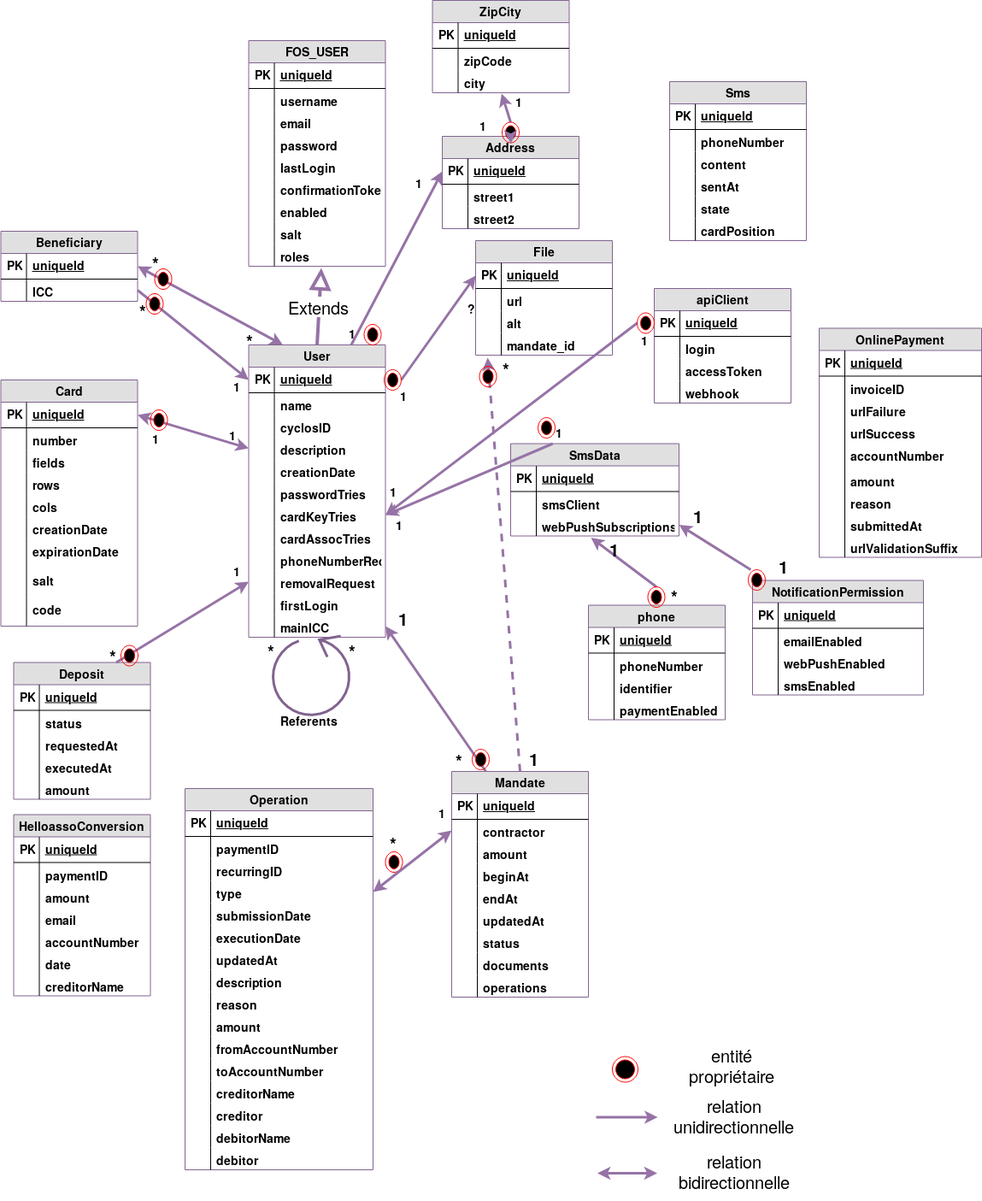
The draw.io diagram docs/images/uml.png in cairn-monnaie/cel, before a commit. Source tidied: cells renumbered, new cells last; positions are measured from the earlier drawing's top-left corner, leaving out a move shared by most shapes.
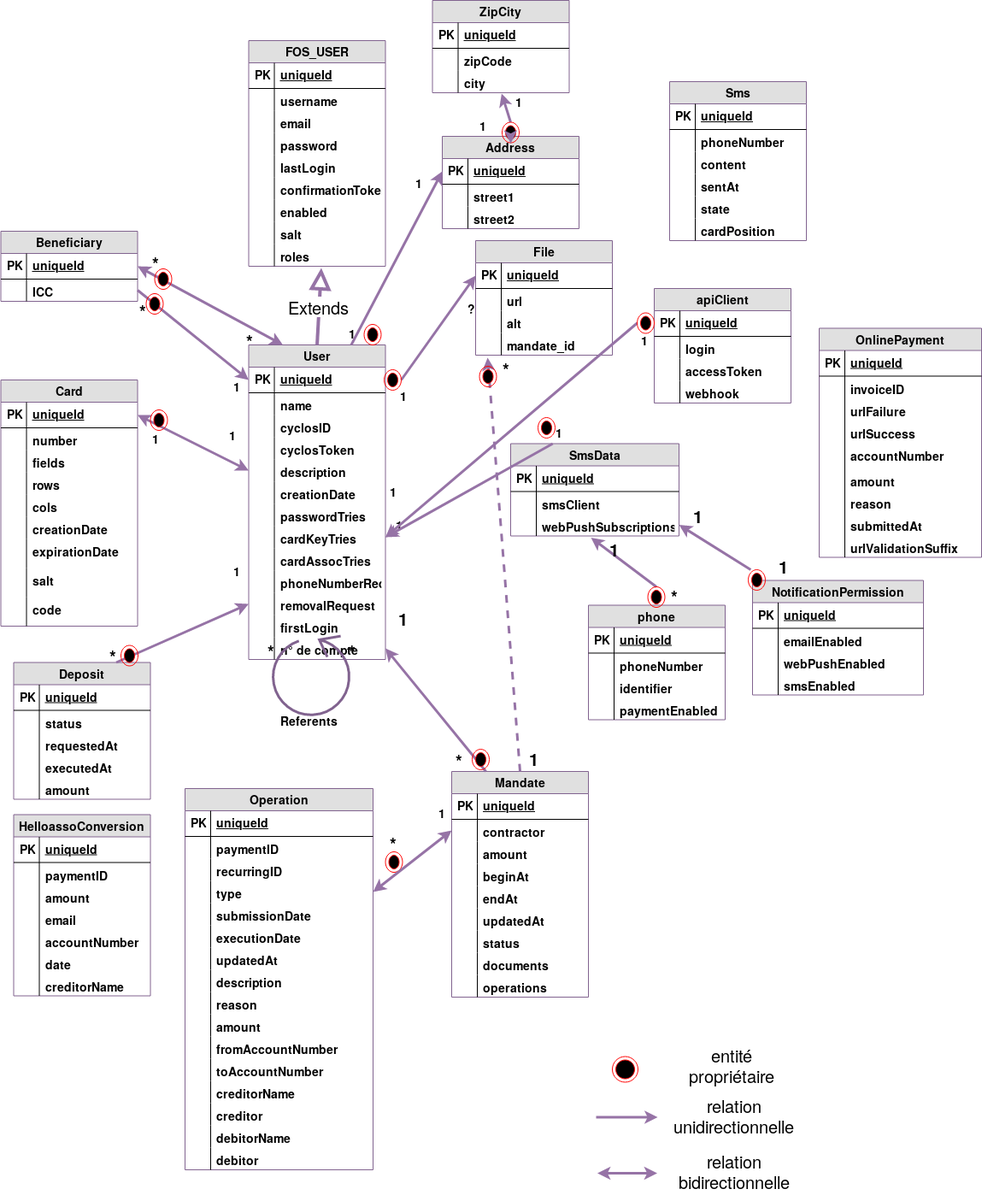
Later version of the same file.

What changed in the source:
```diff
@@ -177,7 +177,7 @@
       <mxGeometry width="30" height="26" as="geometry" />
     </mxCell>
     <mxCell id="60" value="User" style="swimlane;fontStyle=1;horizontal=1;startSize=26;fillColor=#e0e0e0;swimlaneFillColor=#ffffff;align=center;fontSize=14;strokeColor=#81638F;" parent="1" vertex="1">
-      <mxGeometry x="290.5" y="403" width="160" height="342" as="geometry" />
+      <mxGeometry x="290.5" y="403" width="160" height="368" as="geometry" />
     </mxCell>
     <mxCell id="61" value="uniqueId" style="shape=partialRectangle;top=0;left=0;right=0;bottom=1;align=left;verticalAlign=middle;fillColor=none;spacingLeft=34;spacingRight=4;overflow=hidden;points=[[0,0.5],[1,0.5]];portConstraint=eastwest;fontStyle=5;fontSize=14;" parent="60" vertex="1">
       <mxGeometry y="26" width="160" height="30" as="geometry" />
@@ -197,56 +197,62 @@
     <mxCell id="66" style="shape=partialRectangle;top=0;left=0;bottom=0;fillColor=none;align=left;verticalAlign=top;spacingLeft=4;spacingRight=4;overflow=hidden;fontSize=14;fontStyle=1;" parent="65" vertex="1">
       <mxGeometry width="30" height="26" as="geometry" />
     </mxCell>
+    <mxCell id="308" value="cyclosToken" style="shape=partialRectangle;top=0;left=0;right=0;bottom=0;align=left;verticalAlign=top;fillColor=none;spacingLeft=34;spacingRight=4;overflow=hidden;fontSize=14;fontStyle=1;" parent="60" vertex="1">
+      <mxGeometry y="108" width="160" height="26" as="geometry" />
+    </mxCell>
+    <mxCell id="309" style="shape=partialRectangle;top=0;left=0;bottom=0;fillColor=none;align=left;verticalAlign=top;spacingLeft=4;spacingRight=4;overflow=hidden;fontSize=14;fontStyle=1;" parent="308" vertex="1">
+      <mxGeometry width="30" height="26" as="geometry" />
+    </mxCell>
     <mxCell id="67" value="description" style="shape=partialRectangle;top=0;left=0;right=0;bottom=0;align=left;verticalAlign=top;fillColor=none;spacingLeft=34;spacingRight=4;overflow=hidden;points=[[0,0.5],[1,0.5]];portConstraint=eastwest;fontSize=14;fontStyle=1;" parent="60" vertex="1">
-      <mxGeometry y="108" width="160" height="26" as="geometry" />
+      <mxGeometry y="134" width="160" height="26" as="geometry" />
     </mxCell>
     <mxCell id="68" style="shape=partialRectangle;top=0;left=0;bottom=0;fillColor=none;align=left;verticalAlign=top;spacingLeft=4;spacingRight=4;overflow=hidden;fontSize=14;fontStyle=1;" parent="67" vertex="1">
       <mxGeometry width="30" height="26" as="geometry" />
     </mxCell>
     <mxCell id="69" value="creationDate" style="shape=partialRectangle;top=0;left=0;right=0;bottom=0;align=left;verticalAlign=top;fillColor=none;spacingLeft=34;spacingRight=4;overflow=hidden;fontSize=14;fontStyle=1;" parent="60" vertex="1">
-      <mxGeometry y="134" width="160" height="26" as="geometry" />
+      <mxGeometry y="160" width="160" height="26" as="geometry" />
     </mxCell>
     <mxCell id="70" style="shape=partialRectangle;top=0;left=0;bottom=0;fillColor=none;align=left;verticalAlign=top;spacingLeft=4;spacingRight=4;overflow=hidden;fontSize=14;fontStyle=1;" parent="69" vertex="1">
       <mxGeometry width="30" height="26" as="geometry" />
     </mxCell>
     <mxCell id="71" value="passwordTries" style="shape=partialRectangle;top=0;left=0;right=0;bottom=0;align=left;verticalAlign=top;fillColor=none;spacingLeft=34;spacingRight=4;overflow=hidden;fontSize=14;fontStyle=1;" parent="60" vertex="1">
-      <mxGeometry y="160" width="160" height="26" as="geometry" />
+      <mxGeometry y="186" width="160" height="26" as="geometry" />
     </mxCell>
     <mxCell id="72" style="shape=partialRectangle;top=0;left=0;bottom=0;fillColor=none;align=left;verticalAlign=top;spacingLeft=4;spacingRight=4;overflow=hidden;fontSize=14;fontStyle=1;" parent="71" vertex="1">
       <mxGeometry width="30" height="26" as="geometry" />
     </mxCell>
     <mxCell id="73" value="cardKeyTries" style="shape=partialRectangle;top=0;left=0;right=0;bottom=0;align=left;verticalAlign=top;fillColor=none;spacingLeft=34;spacingRight=4;overflow=hidden;points=[[0,0.5],[1,0.5]];portConstraint=eastwest;fontSize=14;fontStyle=1;" parent="60" vertex="1">
-      <mxGeometry y="186" width="160" height="26" as="geometry" />
+      <mxGeometry y="212" width="160" height="26" as="geometry" />
     </mxCell>
     <mxCell id="74" style="shape=partialRectangle;top=0;left=0;bottom=0;fillColor=none;align=left;verticalAlign=top;spacingLeft=4;spacingRight=4;overflow=hidden;fontSize=14;fontStyle=1;" parent="73" vertex="1">
       <mxGeometry width="30" height="26" as="geometry" />
     </mxCell>
     <mxCell id="75" value="cardAssocTries" style="shape=partialRectangle;top=0;left=0;right=0;bottom=0;align=left;verticalAlign=top;fillColor=none;spacingLeft=34;spacingRight=4;overflow=hidden;fontSize=14;fontStyle=1;" parent="60" vertex="1">
-      <mxGeometry y="212" width="160" height="26" as="geometry" />
+      <mxGeometry y="238" width="160" height="26" as="geometry" />
     </mxCell>
     <mxCell id="76" style="shape=partialRectangle;top=0;left=0;bottom=0;fillColor=none;align=left;verticalAlign=top;spacingLeft=4;spacingRight=4;overflow=hidden;fontSize=14;fontStyle=1;" parent="75" vertex="1">
       <mxGeometry width="30" height="26" as="geometry" />
     </mxCell>
     <mxCell id="77" value="phoneNumberRequests" style="shape=partialRectangle;top=0;left=0;right=0;bottom=0;align=left;verticalAlign=top;fillColor=none;spacingLeft=34;spacingRight=4;overflow=hidden;fontSize=14;fontStyle=1;" parent="60" vertex="1">
-      <mxGeometry y="238" width="160" height="26" as="geometry" />
+      <mxGeometry y="264" width="160" height="26" as="geometry" />
     </mxCell>
     <mxCell id="78" style="shape=partialRectangle;top=0;left=0;bottom=0;fillColor=none;align=left;verticalAlign=top;spacingLeft=4;spacingRight=4;overflow=hidden;fontSize=14;fontStyle=1;" parent="77" vertex="1">
       <mxGeometry width="30" height="26" as="geometry" />
     </mxCell>
     <mxCell id="79" value="removalRequest" style="shape=partialRectangle;top=0;left=0;right=0;bottom=0;align=left;verticalAlign=top;fillColor=none;spacingLeft=34;spacingRight=4;overflow=hidden;points=[[0,0.5],[1,0.5]];portConstraint=eastwest;fontSize=14;fontStyle=1;" parent="60" vertex="1">
-      <mxGeometry y="264" width="160" height="26" as="geometry" />
+      <mxGeometry y="290" width="160" height="26" as="geometry" />
     </mxCell>
     <mxCell id="80" style="shape=partialRectangle;top=0;left=0;bottom=0;fillColor=none;align=left;verticalAlign=top;spacingLeft=4;spacingRight=4;overflow=hidden;fontSize=14;fontStyle=1;" parent="79" vertex="1">
       <mxGeometry width="30" height="26" as="geometry" />
     </mxCell>
     <mxCell id="81" value="firstLogin" style="shape=partialRectangle;top=0;left=0;right=0;bottom=0;align=left;verticalAlign=top;fillColor=none;spacingLeft=34;spacingRight=4;overflow=hidden;fontSize=14;fontStyle=1;" parent="60" vertex="1">
-      <mxGeometry y="290" width="160" height="26" as="geometry" />
+      <mxGeometry y="316" width="160" height="26" as="geometry" />
     </mxCell>
     <mxCell id="82" style="shape=partialRectangle;top=0;left=0;bottom=0;fillColor=none;align=left;verticalAlign=top;spacingLeft=4;spacingRight=4;overflow=hidden;fontSize=14;fontStyle=1;" parent="81" vertex="1">
       <mxGeometry width="30" height="26" as="geometry" />
     </mxCell>
-    <mxCell id="83" value="mainICC" style="shape=partialRectangle;top=0;left=0;right=0;bottom=0;align=left;verticalAlign=top;fillColor=none;spacingLeft=34;spacingRight=4;overflow=hidden;points=[[0,0.5],[1,0.5]];portConstraint=eastwest;fontSize=14;fontStyle=1;" parent="60" vertex="1">
-      <mxGeometry y="316" width="160" height="26" as="geometry" />
+    <mxCell id="83" value="n° de compte" style="shape=partialRectangle;top=0;left=0;right=0;bottom=0;align=left;verticalAlign=top;fillColor=none;spacingLeft=34;spacingRight=4;overflow=hidden;points=[[0,0.5],[1,0.5]];portConstraint=eastwest;fontSize=14;fontStyle=1;" parent="60" vertex="1">
+      <mxGeometry y="342" width="160" height="26" as="geometry" />
     </mxCell>
     <mxCell id="84" style="shape=partialRectangle;top=0;left=0;bottom=0;fillColor=none;align=left;verticalAlign=top;spacingLeft=4;spacingRight=4;overflow=hidden;fontSize=14;fontStyle=1;" parent="83" vertex="1">
       <mxGeometry width="30" height="26" as="geometry" />
```
